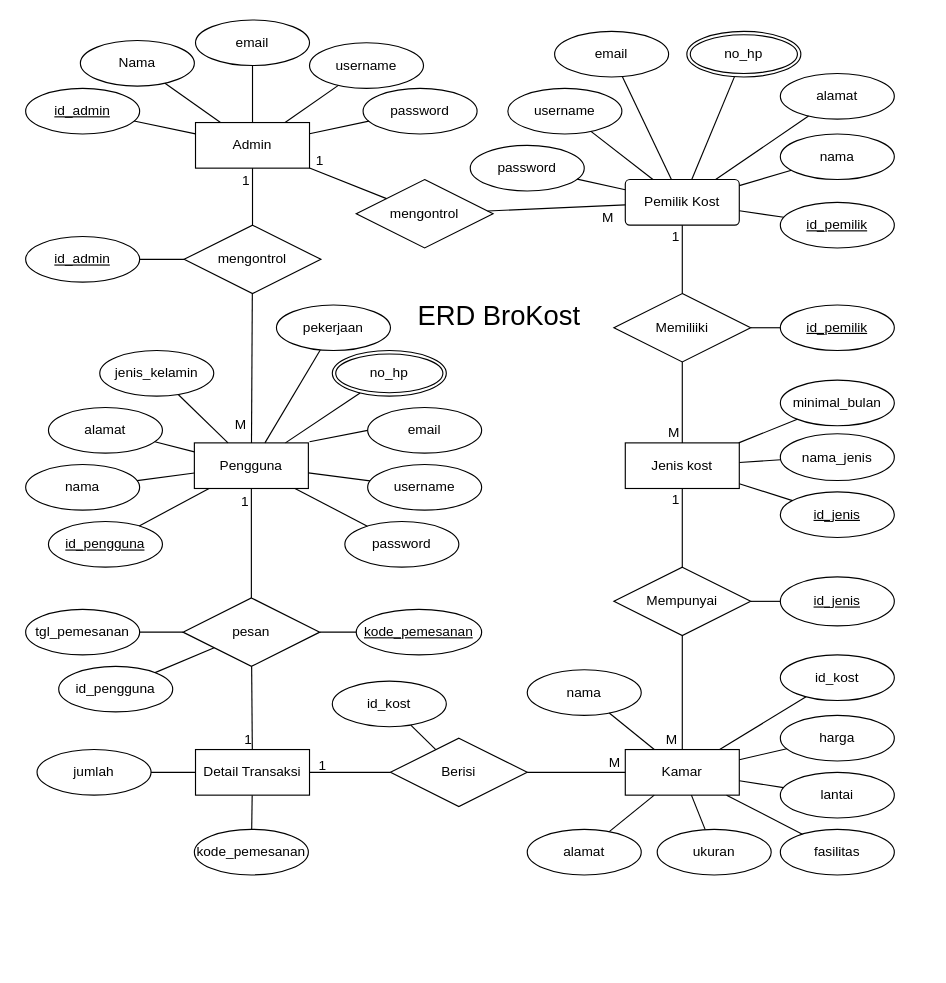
Before: pengerjaan/desain/erd brokost.drawio in fajar1976/brokost, a draw.io diagram. Source tidied: cells renumbered, new cells numbered last; positions are measured from the earlier drawing's top-left corner, leaving out a move shared by most shapes. Both pictures are drawn from the tidied source at 114%, with x=0, y=0 at pixel (25, 19).
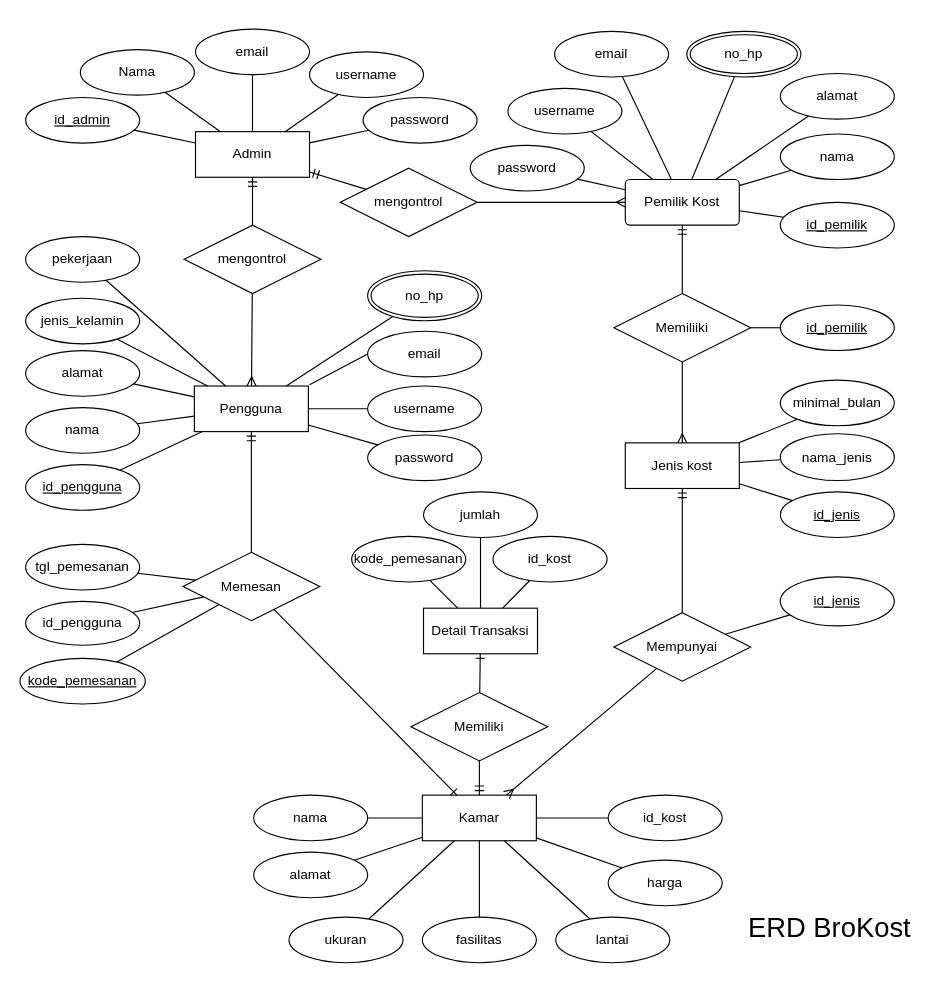
Above is the later version.

The change refers to these unchanged cells:
```xml
<mxCell id="14" value="Pemilik Kost" style="rounded=1;arcSize=10;whiteSpace=wrap;html=1;align=center;strokeColor=default;" parent="1" vertex="1">
  <mxGeometry x="526" y="140" width="100" height="40" as="geometry" />
</mxCell>
<mxCell id="83" value="mengontrol" style="shape=rhombus;perimeter=rhombusPerimeter;whiteSpace=wrap;html=1;align=center;" parent="1" vertex="1">
  <mxGeometry x="139" y="180" width="120" height="60" as="geometry" />
</mxCell>
<mxCell id="92" value="Jenis kost" style="whiteSpace=wrap;html=1;align=center;" parent="1" vertex="1">
  <mxGeometry x="526" y="371" width="100" height="40" as="geometry" />
</mxCell>
<mxCell id="105" value="Memiliiki" style="shape=rhombus;perimeter=rhombusPerimeter;whiteSpace=wrap;html=1;align=center;" parent="1" vertex="1">
  <mxGeometry x="516" y="240" width="120" height="60" as="geometry" />
</mxCell>
```

Change to the diagram source:
```diff
@@
     <mxCell id="2" value="Pengguna" style="whiteSpace=wrap;html=1;align=center;" parent="1" vertex="1">
-      <mxGeometry x="148" y="371" width="100" height="40" as="geometry" />
+      <mxGeometry x="148" y="321.1" width="100" height="40" as="geometry" />
     </mxCell>
     <mxCell id="3" value="&lt;u&gt;id_pengguna&lt;/u&gt;" style="ellipse;whiteSpace=wrap;html=1;align=center;" parent="1" vertex="1">
-      <mxGeometry x="20" y="440" width="100" height="40" as="geometry" />
+      <mxGeometry y="390.1" width="100" height="40" as="geometry" />
     </mxCell>
     <mxCell id="4" value="&lt;span&gt;nama&lt;/span&gt;" style="ellipse;whiteSpace=wrap;html=1;align=center;strokeColor=default;fontStyle=0;" parent="1" vertex="1">
-      <mxGeometry y="390" width="100" height="40" as="geometry" />
+      <mxGeometry y="340.1" width="100" height="40" as="geometry" />
     </mxCell>
     <mxCell id="5" value="&lt;span&gt;alamat&lt;/span&gt;" style="ellipse;whiteSpace=wrap;html=1;align=center;fontStyle=0;" parent="1" vertex="1">
-      <mxGeometry x="20" y="340" width="100" height="40" as="geometry" />
+      <mxGeometry y="290.1" width="100" height="40" as="geometry" />
     </mxCell>
     <mxCell id="6" value="&lt;span&gt;email&lt;/span&gt;" style="ellipse;whiteSpace=wrap;html=1;align=center;fontStyle=0;" parent="1" vertex="1">
-      <mxGeometry x="300" y="340" width="100" height="40" as="geometry" />
+      <mxGeometry x="300" y="273.1" width="100" height="40" as="geometry" />
     </mxCell>
     <mxCell id="7" value="no_hp" style="ellipse;shape=doubleEllipse;margin=3;whiteSpace=wrap;html=1;align=center;fontStyle=0;" parent="1" vertex="1">
-      <mxGeometry x="269" y="290" width="100" height="40" as="geometry" />
+      <mxGeometry x="300" y="220" width="100" height="43.9" as="geometry" />
     </mxCell>
     <mxCell id="8" value="&lt;span&gt;password&lt;/span&gt;" style="ellipse;whiteSpace=wrap;html=1;align=center;fontStyle=0;" parent="1" vertex="1">
-      <mxGeometry x="280" y="440" width="100" height="40" as="geometry" />
+      <mxGeometry x="300" y="364.1" width="100" height="40" as="geometry" />
     </mxCell>
     <mxCell id="9" value="&lt;span&gt;username&lt;/span&gt;" style="ellipse;whiteSpace=wrap;html=1;align=center;fontStyle=0;" parent="1" vertex="1">
-      <mxGeometry x="300" y="390" width="100" height="40" as="geometry" />
+      <mxGeometry x="300" y="321.1" width="100" height="40" as="geometry" />
     </mxCell>
     <mxCell id="10" value="&lt;span&gt;pekerjaan&lt;/span&gt;" style="ellipse;whiteSpace=wrap;html=1;align=center;fontStyle=0;" parent="1" vertex="1">
-      <mxGeometry x="220" y="250" width="100" height="40" as="geometry" />
+      <mxGeometry y="190.1" width="100" height="40" as="geometry" />
     </mxCell>
     <mxCell id="11" value="&lt;span&gt;jenis_kelamin&lt;/span&gt;" style="ellipse;whiteSpace=wrap;html=1;align=center;fontStyle=0;" parent="1" vertex="1">
-      <mxGeometry x="65" y="290" width="100" height="40" as="geometry" />
+      <mxGeometry y="244.1" width="100" height="40" as="geometry" />
     </mxCell>
-    <mxCell id="12" value="pesan" style="shape=rhombus;perimeter=rhombusPerimeter;whiteSpace=wrap;html=1;align=center;strokeColor=default;" parent="1" vertex="1">
-      <mxGeometry x="138" y="507" width="120" height="60" as="geometry" />
+    <mxCell id="12" value="Memesan" style="shape=rhombus;perimeter=rhombusPerimeter;whiteSpace=wrap;html=1;align=center;strokeColor=default;" parent="1" vertex="1">
+      <mxGeometry x="138" y="467" width="120" height="60" as="geometry" />
     </mxCell>
     <mxCell id="13" value="Kamar" style="whiteSpace=wrap;html=1;align=center;strokeColor=default;" parent="1" vertex="1">
-      <mxGeometry x="526" y="640" width="100" height="40" as="geometry" />
+      <mxGeometry x="348" y="680" width="100" height="40" as="geometry" />
     </mxCell>
@@
     <mxCell id="16" value="fasilitas" style="ellipse;whiteSpace=wrap;html=1;align=center;strokeColor=default;" parent="1" vertex="1">
-      <mxGeometry x="662" y="710" width="100" height="40" as="geometry" />
+      <mxGeometry x="348" y="787" width="100" height="40" as="geometry" />
     </mxCell>
     <mxCell id="17" value="ukuran" style="ellipse;whiteSpace=wrap;html=1;align=center;strokeColor=default;" parent="1" vertex="1">
-      <mxGeometry x="554" y="710" width="100" height="40" as="geometry" />
+      <mxGeometry x="231" y="787" width="100" height="40" as="geometry" />
     </mxCell>
     <mxCell id="18" value="alamat" style="ellipse;whiteSpace=wrap;html=1;align=center;strokeColor=default;" parent="1" vertex="1">
-      <mxGeometry x="440" y="710" width="100" height="40" as="geometry" />
+      <mxGeometry x="200" y="730" width="100" height="40" as="geometry" />
     </mxCell>
     <mxCell id="19" value="kode_pemesanan" style="ellipse;whiteSpace=wrap;html=1;align=center;strokeColor=default;fontStyle=4;" parent="1" vertex="1">
-      <mxGeometry x="290" y="517" width="110" height="40" as="geometry" />
+      <mxGeometry x="-5" y="560" width="110" height="40" as="geometry" />
     </mxCell>
     <mxCell id="20" value="tgl_pemesanan" style="ellipse;whiteSpace=wrap;html=1;align=center;strokeColor=default;" parent="1" vertex="1">
-      <mxGeometry y="517" width="100" height="40" as="geometry" />
+      <mxGeometry y="460" width="100" height="40" as="geometry" />
     </mxCell>
@@
     <mxCell id="27" style="endArrow=none;html=1;rounded=0;elbow=vertical;exitX=0;exitY=0.5;exitDx=0;exitDy=0;" parent="1" edge="1" source="6">
       <mxGeometry relative="1" as="geometry">
-        <mxPoint x="249" y="370" as="targetPoint" />
+        <mxPoint x="249" y="320.1" as="targetPoint" />
       </mxGeometry>
     </mxCell>
@@
     <mxCell id="36" value="lantai" style="ellipse;whiteSpace=wrap;html=1;align=center;strokeColor=default;" parent="1" vertex="1">
-      <mxGeometry x="662" y="660" width="100" height="40" as="geometry" />
+      <mxGeometry x="465" y="787" width="100" height="40" as="geometry" />
     </mxCell>
@@
     <mxCell id="38" value="harga" style="ellipse;whiteSpace=wrap;html=1;align=center;strokeColor=default;" parent="1" vertex="1">
-      <mxGeometry x="662" y="610" width="100" height="40" as="geometry" />
+      <mxGeometry x="511" y="737" width="100" height="40" as="geometry" />
     </mxCell>
@@
     <mxCell id="56" value="nama" style="ellipse;whiteSpace=wrap;html=1;align=center;strokeColor=default;" parent="1" vertex="1">
-      <mxGeometry x="440" y="570" width="100" height="40" as="geometry" />
+      <mxGeometry x="200" y="680" width="100" height="40" as="geometry" />
     </mxCell>
@@
     <mxCell id="62" value="id_pengguna" style="ellipse;whiteSpace=wrap;html=1;align=center;strokeColor=default;" parent="1" vertex="1">
-      <mxGeometry x="29" y="567" width="100" height="40" as="geometry" />
+      <mxGeometry y="510" width="100" height="38.5" as="geometry" />
     </mxCell>
     <mxCell id="63" value="kode_pemesanan" style="ellipse;whiteSpace=wrap;html=1;align=center;" parent="1" vertex="1">
-      <mxGeometry x="148" y="710" width="100" height="40" as="geometry" />
+      <mxGeometry x="286" y="453" width="100" height="40" as="geometry" />
     </mxCell>
     <mxCell id="64" value="id_kost" style="ellipse;whiteSpace=wrap;html=1;align=center;" parent="1" vertex="1">
-      <mxGeometry x="662" y="557" width="100" height="40" as="geometry" />
+      <mxGeometry x="511" y="680" width="100" height="40" as="geometry" />
     </mxCell>
     <mxCell id="65" value="jumlah" style="ellipse;whiteSpace=wrap;html=1;align=center;" parent="1" vertex="1">
-      <mxGeometry x="10" y="640" width="100" height="40" as="geometry" />
+      <mxGeometry x="349" y="414" width="100" height="40" as="geometry" />
     </mxCell>
@@
-    <mxCell id="69" value="M" style="text;strokeColor=none;fillColor=none;spacingLeft=4;spacingRight=4;overflow=hidden;fontSize=12;" parent="1" vertex="1">
-      <mxGeometry x="178" y="341" width="40" height="30" as="geometry" />
-    </mxCell>
@@
     <mxCell id="72" value="Admin" style="whiteSpace=wrap;html=1;align=center;" parent="1" vertex="1">
-      <mxGeometry x="149" y="90" width="100" height="40" as="geometry" />
+      <mxGeometry x="149" y="98" width="100" height="40" as="geometry" />
     </mxCell>
     <mxCell id="73" value="Nama" style="ellipse;whiteSpace=wrap;html=1;align=center;" parent="1" vertex="1">
-      <mxGeometry x="48" y="18" width="100" height="40" as="geometry" />
+      <mxGeometry x="48" y="26" width="100" height="40" as="geometry" />
     </mxCell>
     <mxCell id="74" value="email" style="ellipse;whiteSpace=wrap;html=1;align=center;" parent="1" vertex="1">
-      <mxGeometry x="149" width="100" height="40" as="geometry" />
+      <mxGeometry x="149" y="8" width="100" height="40" as="geometry" />
     </mxCell>
     <mxCell id="75" value="id_admin" style="ellipse;whiteSpace=wrap;html=1;align=center;fontStyle=4;" parent="1" vertex="1">
-      <mxGeometry y="60" width="100" height="40" as="geometry" />
+      <mxGeometry y="68" width="100" height="40" as="geometry" />
     </mxCell>
     <mxCell id="76" value="username" style="ellipse;whiteSpace=wrap;html=1;align=center;" parent="1" vertex="1">
-      <mxGeometry x="249" y="20" width="100" height="40" as="geometry" />
+      <mxGeometry x="249" y="28" width="100" height="40" as="geometry" />
     </mxCell>
     <mxCell id="77" value="password" style="ellipse;whiteSpace=wrap;html=1;align=center;" parent="1" vertex="1">
-      <mxGeometry x="296" y="60" width="100" height="40" as="geometry" />
+      <mxGeometry x="296" y="68" width="100" height="40" as="geometry" />
     </mxCell>
@@
-    <mxCell id="84" style="endArrow=none;html=1;rounded=0;" parent="1" edge="1" source="83" target="2">
-      <mxGeometry relative="1" as="geometry" />
-    </mxCell>
-    <mxCell id="85" value="id_admin" style="ellipse;whiteSpace=wrap;html=1;align=center;fontStyle=4;" parent="1" vertex="1">
-      <mxGeometry y="190" width="100" height="40" as="geometry" />
-    </mxCell>
-    <mxCell id="86" style="endArrow=none;html=1;rounded=0;" parent="1" edge="1" source="85" target="83">
-      <mxGeometry relative="1" as="geometry" />
-    </mxCell>
-    <mxCell id="87" style="endArrow=none;html=1;rounded=0;" parent="1" edge="1" source="83" target="72">
-      <mxGeometry relative="1" as="geometry" />
-    </mxCell>
-    <mxCell id="88" value="1" style="html=1;align=right;verticalAlign=bottom;" parent="87" vertex="1">
-      <mxGeometry x="1" relative="1" as="geometry">
-        <mxPoint x="-2" y="19" as="offset" />
-      </mxGeometry>
-    </mxCell>
-    <mxCell id="89" style="endArrow=none;html=1;rounded=0;" parent="1" edge="1" source="12" target="2">
-      <mxGeometry relative="1" as="geometry" />
-    </mxCell>
-    <mxCell id="90" value="1" style="html=1;align=right;verticalAlign=bottom;" parent="89" vertex="1">
-      <mxGeometry x="1" relative="1" as="geometry">
-        <mxPoint x="-2" y="20" as="offset" />
-      </mxGeometry>
-    </mxCell>
@@
     <mxCell id="93" value="Detail Transaksi" style="whiteSpace=wrap;html=1;align=center;" parent="1" vertex="1">
-      <mxGeometry x="149" y="640" width="100" height="40" as="geometry" />
+      <mxGeometry x="349" y="516" width="100" height="40" as="geometry" />
     </mxCell>
-    <mxCell id="94" style="endArrow=none;html=1;rounded=0;" parent="1" edge="1" source="12" target="93">
-      <mxGeometry relative="1" as="geometry" />
-    </mxCell>
-    <mxCell id="95" value="1" style="html=1;align=right;verticalAlign=bottom;" parent="94" vertex="1">
-      <mxGeometry x="1" relative="1" as="geometry" />
-    </mxCell>
@@
-    <mxCell id="97" value="Berisi" style="shape=rhombus;perimeter=rhombusPerimeter;whiteSpace=wrap;html=1;align=center;" parent="1" vertex="1">
-      <mxGeometry x="320" y="630" width="120" height="60" as="geometry" />
-    </mxCell>
-    <mxCell id="98" style="endArrow=none;html=1;rounded=0;" parent="1" edge="1" source="97" target="93">
-      <mxGeometry relative="1" as="geometry" />
-    </mxCell>
-    <mxCell id="99" value="1" style="html=1;align=right;verticalAlign=bottom;" parent="98" vertex="1">
-      <mxGeometry x="1" relative="1" as="geometry">
-        <mxPoint x="15" y="2" as="offset" />
-      </mxGeometry>
-    </mxCell>
     <mxCell id="100" value="id_kost" style="ellipse;whiteSpace=wrap;html=1;align=center;" parent="1" vertex="1">
-      <mxGeometry x="269" y="580" width="100" height="40" as="geometry" />
+      <mxGeometry x="410" y="453" width="100" height="40" as="geometry" />
     </mxCell>
-    <mxCell id="101" style="endArrow=none;html=1;rounded=0;" parent="1" edge="1" source="97" target="100">
-      <mxGeometry relative="1" as="geometry" />
-    </mxCell>
-    <mxCell id="102" style="endArrow=none;html=1;rounded=0;" parent="1" edge="1" source="110" target="13">
-      <mxGeometry relative="1" as="geometry" />
-    </mxCell>
-    <mxCell id="103" value="M" style="html=1;align=right;verticalAlign=bottom;" parent="102" vertex="1">
-      <mxGeometry x="1" relative="1" as="geometry">
-        <mxPoint x="-4" as="offset" />
-      </mxGeometry>
-    </mxCell>
@@
-    <mxCell id="106" style="endArrow=none;html=1;rounded=0;" parent="1" edge="1" source="105" target="14">
-      <mxGeometry relative="1" as="geometry" />
-    </mxCell>
-    <mxCell id="107" value="1" style="html=1;align=right;verticalAlign=bottom;" parent="106" vertex="1">
-      <mxGeometry x="1" relative="1" as="geometry">
-        <mxPoint x="-2" y="18" as="offset" />
-      </mxGeometry>
-    </mxCell>
-    <mxCell id="108" style="endArrow=none;html=1;rounded=0;" parent="1" edge="1" source="105" target="92">
-      <mxGeometry relative="1" as="geometry" />
-    </mxCell>
-    <mxCell id="109" value="M" style="html=1;align=right;verticalAlign=bottom;" parent="108" vertex="1">
-      <mxGeometry x="1" relative="1" as="geometry">
-        <mxPoint x="-2" y="-1" as="offset" />
-      </mxGeometry>
-    </mxCell>
     <mxCell id="110" value="Mempunyai" style="shape=rhombus;perimeter=rhombusPerimeter;whiteSpace=wrap;html=1;align=center;" parent="1" vertex="1">
-      <mxGeometry x="516" y="480" width="120" height="60" as="geometry" />
+      <mxGeometry x="516" y="520" width="120" height="60" as="geometry" />
     </mxCell>
-    <mxCell id="111" style="endArrow=none;html=1;rounded=0;" parent="1" edge="1" source="110" target="92">
-      <mxGeometry relative="1" as="geometry" />
-    </mxCell>
-    <mxCell id="112" value="1" style="html=1;align=right;verticalAlign=bottom;" parent="111" vertex="1">
-      <mxGeometry x="1" relative="1" as="geometry">
-        <mxPoint x="-2" y="18" as="offset" />
-      </mxGeometry>
-    </mxCell>
-    <mxCell id="113" style="endArrow=none;html=1;rounded=0;" parent="1" edge="1" source="97" target="13">
-      <mxGeometry relative="1" as="geometry" />
-    </mxCell>
-    <mxCell id="114" value="M" style="html=1;align=right;verticalAlign=bottom;" parent="113" vertex="1">
-      <mxGeometry x="1" relative="1" as="geometry">
-        <mxPoint x="-4" as="offset" />
-      </mxGeometry>
-    </mxCell>
     <mxCell id="115" value="&lt;font style=&quot;font-size: 24px;&quot;&gt;ERD BroKost&lt;/font&gt;" style="text;html=1;align=center;verticalAlign=middle;strokeColor=none;fillColor=none;" parent="1" vertex="1">
-      <mxGeometry x="330" y="240" width="170" height="40" as="geometry" />
+      <mxGeometry x="620" y="777" width="170" height="40" as="geometry" />
     </mxCell>
     <mxCell id="116" value="mengontrol" style="shape=rhombus;perimeter=rhombusPerimeter;whiteSpace=wrap;html=1;align=center;" parent="1" vertex="1">
-      <mxGeometry x="290" y="140" width="120" height="60" as="geometry" />
+      <mxGeometry x="276" y="130" width="120" height="60" as="geometry" />
     </mxCell>
-    <mxCell id="117" style="endArrow=none;html=1;rounded=0;" parent="1" edge="1" source="72" target="116">
-      <mxGeometry relative="1" as="geometry" />
-    </mxCell>
+    <mxCell id="121" style="edgeStyle=orthogonalEdgeStyle;rounded=0;orthogonalLoop=1;jettySize=auto;html=1;exitX=0.5;exitY=1;exitDx=0;exitDy=0;" parent="1" edge="1" source="62" target="62">
+      <mxGeometry relative="1" as="geometry" />
+    </mxCell>
+    <mxCell id="87" style="fontSize=12;html=1;endArrow=ERmandOne;rounded=0;" parent="1" edge="1" source="83" target="72">
+      <mxGeometry relative="1" as="geometry" />
+    </mxCell>
+    <mxCell id="84" style="fontSize=12;html=1;endArrow=ERmany;rounded=0;" parent="1" edge="1" source="83" target="2">
+      <mxGeometry relative="1" as="geometry" />
+    </mxCell>
+    <mxCell id="122" style="fontSize=12;html=1;endArrow=ERmandOne;rounded=0;" parent="1" edge="1" source="116" target="72">
+      <mxGeometry relative="1" as="geometry" />
+    </mxCell>
-    <mxCell id="118" style="endArrow=none;html=1;rounded=0;" parent="1" edge="1" source="116" target="14">
+    <mxCell id="118" style="fontSize=12;html=1;endArrow=ERmany;rounded=0;" parent="1" edge="1" source="116" target="14">
       <mxGeometry relative="1" as="geometry" />
     </mxCell>
-    <mxCell id="119" value="1" style="text;strokeColor=none;fillColor=none;spacingLeft=4;spacingRight=4;overflow=hidden;fontSize=12;" parent="1" vertex="1">
-      <mxGeometry x="249" y="110" width="40" height="30" as="geometry" />
-    </mxCell>
-    <mxCell id="120" value="M" style="text;strokeColor=none;fillColor=none;spacingLeft=4;spacingRight=4;overflow=hidden;fontSize=12;" parent="1" vertex="1">
-      <mxGeometry x="500" y="160" width="40" height="30" as="geometry" />
-    </mxCell>
+    <mxCell id="106" style="fontSize=12;html=1;endArrow=ERmandOne;rounded=0;entryX=0.5;entryY=1;entryDx=0;entryDy=0;" parent="1" edge="1" source="105" target="14">
+      <mxGeometry relative="1" as="geometry" />
+    </mxCell>
+    <mxCell id="108" style="fontSize=12;html=1;endArrow=ERmany;rounded=0;" parent="1" edge="1" source="105" target="92">
+      <mxGeometry relative="1" as="geometry" />
+    </mxCell>
+    <mxCell id="111" style="fontSize=12;html=1;endArrow=ERmandOne;rounded=0;" parent="1" edge="1" source="110" target="92">
+      <mxGeometry relative="1" as="geometry" />
+    </mxCell>
+    <mxCell id="102" style="fontSize=12;html=1;endArrow=ERmany;rounded=0;" parent="1" edge="1" source="110" target="13">
+      <mxGeometry relative="1" as="geometry" />
+    </mxCell>
+    <mxCell id="123" style="endArrow=none;html=1;rounded=0;" parent="1" edge="1" source="100" target="93">
+      <mxGeometry relative="1" as="geometry" />
+    </mxCell>
+    <mxCell id="89" style="fontSize=12;html=1;endArrow=ERmandOne;rounded=0;" parent="1" edge="1" source="12" target="2">
+      <mxGeometry relative="1" as="geometry" />
+    </mxCell>
+    <mxCell id="124" value="Memiliki" style="shape=rhombus;perimeter=rhombusPerimeter;whiteSpace=wrap;html=1;align=center;" parent="1" vertex="1">
+      <mxGeometry x="338" y="590" width="120" height="60" as="geometry" />
+    </mxCell>
+    <mxCell id="125" style="fontSize=12;html=1;endArrow=ERone;endFill=1;rounded=0;" parent="1" edge="1" source="124" target="93">
+      <mxGeometry relative="1" as="geometry" />
+    </mxCell>
+    <mxCell id="126" style="fontSize=12;html=1;endArrow=ERmandOne;rounded=0;" parent="1" edge="1" source="124" target="13">
+      <mxGeometry relative="1" as="geometry" />
+    </mxCell>
+    <mxCell id="127" style="fontSize=12;html=1;endArrow=ERone;endFill=1;rounded=0;" parent="1" edge="1" source="12" target="13">
+      <mxGeometry relative="1" as="geometry" />
+    </mxCell>
```
